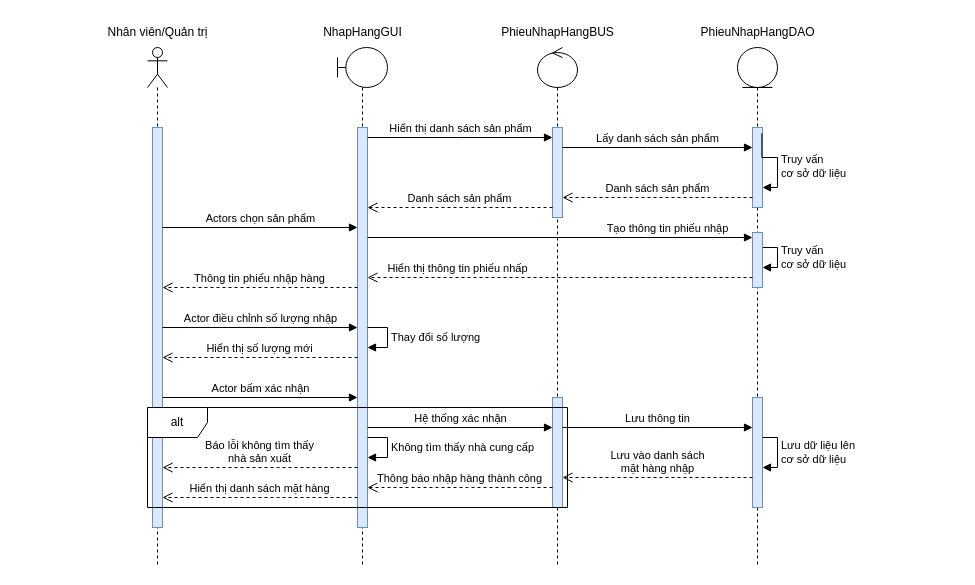
Before: Sequence Diagrams/Quang Võ/SD_QuảnLýNhậpHàng.drawio in EdgarIgnite16/OOAD-Project, a draw.io diagram. Source tidied: cells renumbered, new cells numbered last; positions are measured from the earlier drawing's top-left corner, leaving out a move shared by most shapes. Both pictures are drawn from the tidied source at 100%, with x=0, y=0 at pixel (97, 17).
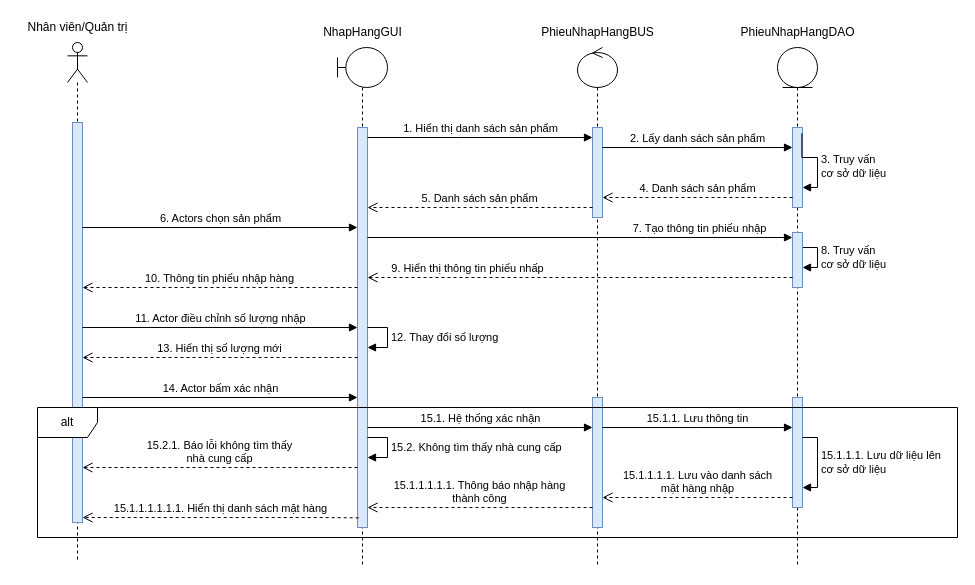
Above is the later version.

Unchanged cells that the change refers to:
```xml
<mxCell id="3" style="html=1;points=[];perimeter=orthogonalPerimeter;fillColor=#dae8fc;strokeColor=#6c8ebf;" parent="2" vertex="1">
  <mxGeometry x="5" y="80" width="10" height="400" as="geometry" />
</mxCell>
<mxCell id="5" style="shape=umlLifeline;participant=umlBoundary;perimeter=lifelinePerimeter;whiteSpace=wrap;html=1;verticalAlign=top;spacingTop=36;" parent="1" vertex="1">
  <mxGeometry x="240" y="30" width="50" height="520" as="geometry" />
</mxCell>
<mxCell id="6" style="html=1;points=[];perimeter=orthogonalPerimeter;fillColor=#dae8fc;strokeColor=#6c8ebf;" parent="5" vertex="1">
  <mxGeometry x="20" y="80" width="10" height="400" as="geometry" />
</mxCell>
<mxCell id="10" style="html=1;points=[];perimeter=orthogonalPerimeter;fillColor=#dae8fc;strokeColor=#6c8ebf;" parent="9" vertex="1">
  <mxGeometry x="15" y="80" width="10" height="90" as="geometry" />
</mxCell>
<mxCell id="15" style="html=1;points=[];perimeter=orthogonalPerimeter;fillColor=#dae8fc;strokeColor=#6c8ebf;" parent="14" vertex="1">
  <mxGeometry x="15" y="80" width="10" height="80" as="geometry" />
</mxCell>
<mxCell id="18" style="html=1;points=[];perimeter=orthogonalPerimeter;fillColor=#dae8fc;strokeColor=#6c8ebf;" parent="14" vertex="1">
  <mxGeometry x="15" y="185" width="10" height="55" as="geometry" />
</mxCell>
<mxCell id="19" style="html=1;points=[];perimeter=orthogonalPerimeter;fillColor=#dae8fc;strokeColor=#6c8ebf;" parent="14" vertex="1">
  <mxGeometry x="15" y="350" width="10" height="110" as="geometry" />
</mxCell>
```

Change to the diagram source:
```diff
@@
     <mxCell id="2" style="shape=umlLifeline;participant=umlActor;perimeter=lifelinePerimeter;whiteSpace=wrap;html=1;verticalAlign=top;spacingTop=36;" parent="1" vertex="1">
-      <mxGeometry x="50" y="30" width="20" height="520" as="geometry" />
+      <mxGeometry x="-30" y="25" width="20" height="520" as="geometry" />
     </mxCell>
@@
     <mxCell id="4" value="Nhân viên/Quản trị" style="text;html=1;align=center;verticalAlign=middle;strokeColor=none;fillColor=none;" parent="1" vertex="1">
-      <mxGeometry y="5" width="120" height="20" as="geometry" />
+      <mxGeometry x="-80" width="120" height="20" as="geometry" />
     </mxCell>
@@
-    <mxCell id="7" value="Không tìm thấy nhà cung cấp" style="edgeStyle=orthogonalEdgeStyle;html=1;align=left;spacingLeft=2;endArrow=block;rounded=0;" parent="5" edge="1">
+    <mxCell id="7" value="15.2. Không tìm thấy nhà cung cấp" style="edgeStyle=orthogonalEdgeStyle;html=1;align=left;spacingLeft=2;endArrow=block;rounded=0;" parent="5" edge="1">
       <mxGeometry relative="1" as="geometry">
         <mxPoint x="30" y="390" as="sourcePoint" />
         <mxPoint x="30" y="410" as="targetPoint" />
         <Array as="points">
           <mxPoint x="50" y="390" />
           <mxPoint x="50" y="410" />
         </Array>
       </mxGeometry>
     </mxCell>
-    <mxCell id="8" value="Thay đổi số lượng" style="edgeStyle=orthogonalEdgeStyle;html=1;align=left;spacingLeft=2;endArrow=block;rounded=0;" parent="5" edge="1" source="6" target="6">
+    <mxCell id="8" value="12. Thay đổi số lượng" style="edgeStyle=orthogonalEdgeStyle;html=1;align=left;spacingLeft=2;endArrow=block;rounded=0;" parent="5" edge="1" source="6" target="6">
       <mxGeometry relative="1" as="geometry">
         <Array as="points">
           <mxPoint x="50" y="280" />
           <mxPoint x="50" y="300" />
         </Array>
       </mxGeometry>
     </mxCell>
     <mxCell id="9" style="shape=umlLifeline;participant=umlControl;perimeter=lifelinePerimeter;whiteSpace=wrap;html=1;verticalAlign=top;spacingTop=36;" parent="1" vertex="1">
-      <mxGeometry x="440" y="30" width="40" height="520" as="geometry" />
+      <mxGeometry x="480" y="30" width="40" height="520" as="geometry" />
     </mxCell>
@@
     <mxCell id="11" style="html=1;points=[];perimeter=orthogonalPerimeter;fillColor=#dae8fc;strokeColor=#6c8ebf;" parent="9" vertex="1">
-      <mxGeometry x="15" y="350" width="10" height="110" as="geometry" />
+      <mxGeometry x="15" y="350" width="10" height="130" as="geometry" />
     </mxCell>
@@
     <mxCell id="13" value="PhieuNhapHangBUS" style="text;html=1;align=center;verticalAlign=middle;strokeColor=none;fillColor=none;" parent="1" vertex="1">
-      <mxGeometry x="390" width="140" height="30" as="geometry" />
+      <mxGeometry x="430" width="140" height="30" as="geometry" />
     </mxCell>
     <mxCell id="14" style="shape=umlLifeline;participant=umlEntity;perimeter=lifelinePerimeter;whiteSpace=wrap;html=1;verticalAlign=top;spacingTop=36;" parent="1" vertex="1">
-      <mxGeometry x="640" y="30" width="40" height="520" as="geometry" />
+      <mxGeometry x="680" y="30" width="40" height="520" as="geometry" />
     </mxCell>
@@
-    <mxCell id="16" value="Truy vấn&lt;br&gt;cơ sở dữ liệu" style="edgeStyle=orthogonalEdgeStyle;html=1;align=left;spacingLeft=2;endArrow=block;rounded=0;exitX=0.936;exitY=0.071;exitDx=0;exitDy=0;exitPerimeter=0;" parent="14" edge="1" source="15" target="15">
+    <mxCell id="16" value="3. Truy vấn&lt;br&gt;cơ sở dữ liệu" style="edgeStyle=orthogonalEdgeStyle;html=1;align=left;spacingLeft=2;endArrow=block;rounded=0;exitX=0.936;exitY=0.071;exitDx=0;exitDy=0;exitPerimeter=0;" parent="14" edge="1" source="15" target="15">
       <mxGeometry x="0.16" relative="1" as="geometry">
         <Array as="points">
           <mxPoint x="24" y="110" />
           <mxPoint x="40" y="110" />
           <mxPoint x="40" y="140" />
         </Array>
       </mxGeometry>
     </mxCell>
-    <mxCell id="17" value="Truy vấn&lt;br&gt;cơ sở dữ liệu" style="edgeStyle=orthogonalEdgeStyle;html=1;align=left;spacingLeft=2;endArrow=block;rounded=0;" parent="14" edge="1" source="18" target="18">
+    <mxCell id="17" value="8. Truy vấn&lt;br&gt;cơ sở dữ liệu" style="edgeStyle=orthogonalEdgeStyle;html=1;align=left;spacingLeft=2;endArrow=block;rounded=0;" parent="14" edge="1" source="18" target="18">
       <mxGeometry relative="1" as="geometry">
         <Array as="points">
           <mxPoint x="40" y="200" />
           <mxPoint x="40" y="220" />
         </Array>
       </mxGeometry>
     </mxCell>
@@
-    <mxCell id="20" value="Lưu dữ liệu lên&lt;br&gt;cơ sở dữ liệu" style="edgeStyle=orthogonalEdgeStyle;html=1;align=left;spacingLeft=2;endArrow=block;rounded=0;" parent="14" edge="1" source="19" target="19">
+    <mxCell id="20" value="15.1.1.1. Lưu dữ liệu lên&lt;br&gt;cơ sở dữ liệu" style="edgeStyle=orthogonalEdgeStyle;html=1;align=left;spacingLeft=2;endArrow=block;rounded=0;" parent="14" edge="1" source="19" target="19">
       <mxGeometry relative="1" as="geometry">
         <Array as="points">
           <mxPoint x="40" y="390" />
-          <mxPoint x="40" y="420" />
+          <mxPoint x="40" y="440" />
         </Array>
       </mxGeometry>
     </mxCell>
     <mxCell id="21" value="PhieuNhapHangDAO" style="text;html=1;align=center;verticalAlign=middle;strokeColor=none;fillColor=none;" parent="1" vertex="1">
-      <mxGeometry x="590" width="140" height="30" as="geometry" />
+      <mxGeometry x="630" width="140" height="30" as="geometry" />
     </mxCell>
-    <mxCell id="22" value="Actors chọn sản phẩm" style="html=1;verticalAlign=bottom;endArrow=block;rounded=0;" parent="1" edge="1" source="3" target="6">
+    <mxCell id="22" value="6. Actors chọn sản phẩm" style="html=1;verticalAlign=bottom;endArrow=block;rounded=0;" parent="1" edge="1" source="3" target="6">
       <mxGeometry relative="1" as="geometry">
         <Array as="points">
           <mxPoint x="170" y="210" />
         </Array>
       </mxGeometry>
     </mxCell>
-    <mxCell id="23" value="Hiển thị danh sách sản phẩm" style="html=1;verticalAlign=bottom;endArrow=block;rounded=0;" parent="1" edge="1" source="6" target="10">
+    <mxCell id="23" value="1. Hiển thị danh sách sản phẩm" style="html=1;verticalAlign=bottom;endArrow=block;rounded=0;" parent="1" edge="1" source="6" target="10">
       <mxGeometry relative="1" as="geometry">
         <Array as="points">
           <mxPoint x="360" y="120" />
         </Array>
       </mxGeometry>
     </mxCell>
-    <mxCell id="24" value="Lấy danh sách sản phẩm" style="html=1;verticalAlign=bottom;endArrow=block;rounded=0;" parent="1" edge="1" source="10" target="15">
+    <mxCell id="24" value="2. Lấy danh sách sản phẩm" style="html=1;verticalAlign=bottom;endArrow=block;rounded=0;" parent="1" edge="1" source="10" target="15">
       <mxGeometry relative="1" as="geometry">
         <Array as="points">
-          <mxPoint x="550" y="130" />
+          <mxPoint x="590" y="130" />
         </Array>
       </mxGeometry>
     </mxCell>
-    <mxCell id="25" value="Danh sách sản phẩm" style="html=1;verticalAlign=bottom;endArrow=open;dashed=1;endSize=8;rounded=0;" parent="1" edge="1" source="15" target="10">
+    <mxCell id="25" value="4. Danh sách sản phẩm" style="html=1;verticalAlign=bottom;endArrow=open;dashed=1;endSize=8;rounded=0;" parent="1" edge="1" source="15" target="10">
       <mxGeometry relative="1" as="geometry">
         <Array as="points">
-          <mxPoint x="580" y="180" />
+          <mxPoint x="620" y="180" />
         </Array>
       </mxGeometry>
     </mxCell>
-    <mxCell id="26" value="Danh sách sản phẩm" style="html=1;verticalAlign=bottom;endArrow=open;dashed=1;endSize=8;rounded=0;" parent="1" edge="1" source="10" target="6">
+    <mxCell id="26" value="5. Danh sách sản phẩm" style="html=1;verticalAlign=bottom;endArrow=open;dashed=1;endSize=8;rounded=0;" parent="1" edge="1" source="10" target="6">
       <mxGeometry relative="1" as="geometry">
         <Array as="points">
           <mxPoint x="370" y="190" />
         </Array>
       </mxGeometry>
     </mxCell>
-    <mxCell id="27" value="Tạo thông tin phiếu nhập" style="html=1;verticalAlign=bottom;endArrow=block;rounded=0;" parent="1" edge="1" source="6" target="18">
+    <mxCell id="27" value="7. Tạo thông tin phiếu nhập" style="html=1;verticalAlign=bottom;endArrow=block;rounded=0;" parent="1" edge="1" source="6" target="18">
       <mxGeometry x="0.56" relative="1" as="geometry">
         <Array as="points">
           <mxPoint x="550" y="220" />
         </Array>
       </mxGeometry>
     </mxCell>
-    <mxCell id="28" value="Hiển thị thông tin phiếu nhấp" style="html=1;verticalAlign=bottom;endArrow=open;dashed=1;endSize=8;rounded=0;" parent="1" edge="1" source="18" target="6">
+    <mxCell id="28" value="9. Hiển thị thông tin phiếu nhấp" style="html=1;verticalAlign=bottom;endArrow=open;dashed=1;endSize=8;rounded=0;" parent="1" edge="1" source="18" target="6">
       <mxGeometry x="0.53" relative="1" as="geometry">
         <Array as="points">
           <mxPoint x="480" y="260" />
         </Array>
       </mxGeometry>
     </mxCell>
     <mxCell id="29" value="alt" style="shape=umlFrame;whiteSpace=wrap;html=1;" parent="1" vertex="1">
-      <mxGeometry x="50" y="390" width="420" height="100" as="geometry" />
+      <mxGeometry x="-60" y="390" width="920" height="130" as="geometry" />
     </mxCell>
-    <mxCell id="30" value="Actor bấm xác nhận" style="html=1;verticalAlign=bottom;endArrow=block;rounded=0;" parent="1" edge="1">
+    <mxCell id="30" value="14. Actor bấm xác nhận" style="html=1;verticalAlign=bottom;endArrow=block;rounded=0;" parent="1" edge="1" source="3">
       <mxGeometry relative="1" as="geometry">
-        <mxPoint x="65" y="380" as="sourcePoint" />
         <mxPoint x="260" y="380" as="targetPoint" />
         <Array as="points">
           <mxPoint x="160" y="380" />
         </Array>
       </mxGeometry>
     </mxCell>
-    <mxCell id="31" value="Hệ thống xác nhận" style="html=1;verticalAlign=bottom;endArrow=block;rounded=0;" parent="1" edge="1" target="11">
+    <mxCell id="31" value="15.1. Hệ thống xác nhận" style="html=1;verticalAlign=bottom;endArrow=block;rounded=0;" parent="1" edge="1" target="11">
       <mxGeometry relative="1" as="geometry">
         <mxPoint x="270" y="410" as="sourcePoint" />
         <Array as="points">
           <mxPoint x="360" y="410" />
         </Array>
       </mxGeometry>
     </mxCell>
-    <mxCell id="32" value="Lưu thông tin" style="html=1;verticalAlign=bottom;endArrow=block;rounded=0;" parent="1" edge="1" source="11" target="19">
+    <mxCell id="32" value="15.1.1. Lưu thông tin" style="html=1;verticalAlign=bottom;endArrow=block;rounded=0;" parent="1" edge="1" source="11" target="19">
       <mxGeometry relative="1" as="geometry">
         <Array as="points">
-          <mxPoint x="560" y="410" />
+          <mxPoint x="600" y="410" />
         </Array>
       </mxGeometry>
     </mxCell>
-    <mxCell id="33" value="Lưu vào danh sách&lt;br&gt;mặt hàng nhập" style="html=1;verticalAlign=bottom;endArrow=open;dashed=1;endSize=8;rounded=0;" parent="1" edge="1" source="19" target="11">
+    <mxCell id="33" value="15.1.1.1.1. Lưu vào danh sách&lt;br&gt;mặt hàng nhập" style="html=1;verticalAlign=bottom;endArrow=open;dashed=1;endSize=8;rounded=0;" parent="1" edge="1" source="19" target="11">
       <mxGeometry relative="1" as="geometry">
         <Array as="points">
-          <mxPoint x="560" y="460" />
+          <mxPoint x="600" y="480" />
         </Array>
       </mxGeometry>
     </mxCell>
-    <mxCell id="34" value="Báo lỗi không tìm thấy&lt;br&gt;nhà sản xuất" style="html=1;verticalAlign=bottom;endArrow=open;dashed=1;endSize=8;rounded=0;" parent="1" edge="1">
+    <mxCell id="34" value="15.2.1. Báo lỗi không tìm thấy&lt;br&gt;nhà cung cấp" style="html=1;verticalAlign=bottom;endArrow=open;dashed=1;endSize=8;rounded=0;" parent="1" edge="1" target="3">
       <mxGeometry relative="1" as="geometry">
         <mxPoint x="260" y="450" as="sourcePoint" />
-        <mxPoint x="65" y="450" as="targetPoint" />
         <Array as="points">
           <mxPoint x="180" y="450" />
         </Array>
       </mxGeometry>
     </mxCell>
-    <mxCell id="35" value="Thông báo nhập hàng thành công" style="html=1;verticalAlign=bottom;endArrow=open;dashed=1;endSize=8;rounded=0;" parent="1" edge="1" source="11">
+    <mxCell id="35" value="15.1.1.1.1.1. Thông báo nhập hàng&lt;br&gt;thành công" style="html=1;verticalAlign=bottom;endArrow=open;dashed=1;endSize=8;rounded=0;" parent="1" edge="1" source="11" target="6">
       <mxGeometry relative="1" as="geometry">
-        <mxPoint x="270" y="470" as="targetPoint" />
         <Array as="points">
-          <mxPoint x="370" y="470" />
+          <mxPoint x="370" y="490" />
         </Array>
       </mxGeometry>
     </mxCell>
-    <mxCell id="36" value="Hiển thị danh sách mặt hàng" style="html=1;verticalAlign=bottom;endArrow=open;dashed=1;endSize=8;rounded=0;" parent="1" edge="1">
+    <mxCell id="36" value="15.1.1.1.1.1.1. Hiển thị danh sách mặt hàng" style="html=1;verticalAlign=bottom;endArrow=open;dashed=1;endSize=8;rounded=0;exitX=0.12;exitY=0.976;exitDx=0;exitDy=0;exitPerimeter=0;" parent="1" edge="1" source="6" target="3">
       <mxGeometry relative="1" as="geometry">
-        <mxPoint x="260" y="480" as="sourcePoint" />
-        <mxPoint x="65" y="480" as="targetPoint" />
         <Array as="points">
-          <mxPoint x="220" y="480" />
-          <mxPoint x="180" y="480" />
+          <mxPoint x="220" y="500" />
+          <mxPoint x="180" y="500" />
         </Array>
       </mxGeometry>
     </mxCell>
-    <mxCell id="37" value="Thông tin phiếu nhập hàng" style="html=1;verticalAlign=bottom;endArrow=open;dashed=1;endSize=8;rounded=0;" parent="1" edge="1" source="6" target="3">
+    <mxCell id="37" value="10. Thông tin phiếu nhập hàng" style="html=1;verticalAlign=bottom;endArrow=open;dashed=1;endSize=8;rounded=0;" parent="1" edge="1" source="6" target="3">
       <mxGeometry relative="1" as="geometry">
         <Array as="points">
           <mxPoint x="180" y="270" />
         </Array>
       </mxGeometry>
     </mxCell>
-    <mxCell id="38" value="Actor điều chỉnh số lượng nhập" style="html=1;verticalAlign=bottom;endArrow=block;rounded=0;" parent="1" edge="1" source="3" target="6">
+    <mxCell id="38" value="11. Actor điều chỉnh số lượng nhập" style="html=1;verticalAlign=bottom;endArrow=block;rounded=0;" parent="1" edge="1" source="3" target="6">
       <mxGeometry relative="1" as="geometry">
         <Array as="points">
           <mxPoint x="170" y="310" />
         </Array>
       </mxGeometry>
     </mxCell>
-    <mxCell id="39" value="Hiển thị số lượng mới" style="html=1;verticalAlign=bottom;endArrow=open;dashed=1;endSize=8;rounded=0;" parent="1" edge="1" source="6" target="3">
+    <mxCell id="39" value="13. Hiển thị số lượng mới" style="html=1;verticalAlign=bottom;endArrow=open;dashed=1;endSize=8;rounded=0;" parent="1" edge="1" source="6" target="3">
       <mxGeometry relative="1" as="geometry">
         <Array as="points">
           <mxPoint x="160" y="340" />
         </Array>
       </mxGeometry>
     </mxCell>
```
